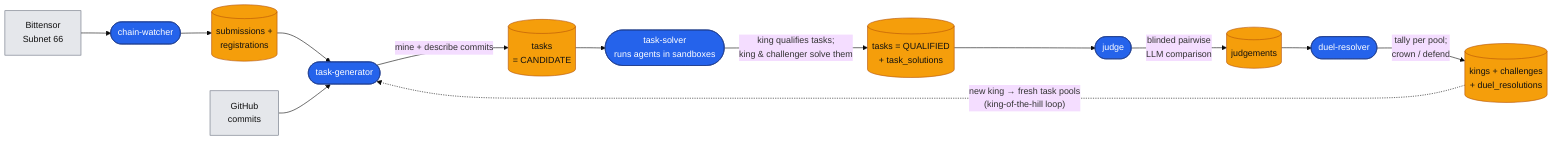
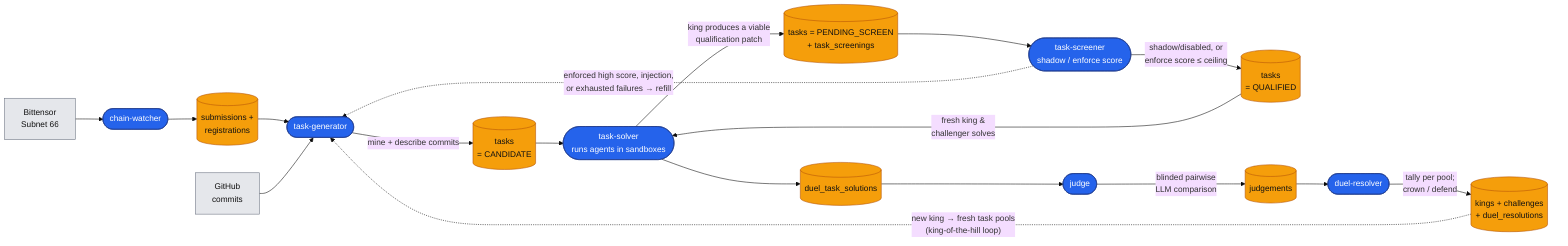
%%{init: {"theme": "base", "themeVariables": {"fontSize": "15px"}}}%%
flowchart LR
    chain["Bittensor<br/>Subnet 66"]
    gh["GitHub<br/>commits"]

    cw(["chain-watcher"])
    tg(["task-generator"])
    ts(["task-solver<br/>runs agents in sandboxes"])
+     sc(["task-screener<br/>shadow / enforce score"])
    jd(["judge"])
    dr(["duel-resolver"])

    subm[("submissions +<br/>registrations")]
    tasks[("tasks<br/>= CANDIDATE")]
-     solved[("tasks = QUALIFIED<br/>+ task_solutions")]
+     screening[("tasks = PENDING_SCREEN<br/>+ task_screenings")]
+     qualified[("tasks<br/>= QUALIFIED")]
+     solutions[("duel_task_solutions")]
    judg[("judgements")]
    reign[("kings + challenges<br/>+ duel_resolutions")]

    chain --> cw --> subm
    subm --> tg
    gh --> tg
    tg -->|"mine + describe commits"| tasks
    tasks --> ts
-     ts -->|"king qualifies tasks;<br/>king &amp; challenger solve them"| solved
-     solved --> jd
+     ts -->|"king produces a viable<br/>qualification patch"| screening
+     screening --> sc
+     sc -->|"shadow/disabled, or<br/>enforce score ≤ ceiling"| qualified
+     sc -.->|"enforced high score, injection,<br/>or exhausted failures → refill"| tg
+     qualified -->|"fresh king &amp;<br/>challenger solves"| ts
+     ts --> solutions
+     solutions --> jd
    jd -->|"blinded pairwise<br/>LLM comparison"| judg
    judg --> dr
    dr -->|"tally per pool;<br/>crown / defend"| reign
    reign -.->|"new king → fresh task pools<br/>(king-of-the-hill loop)"| tg

    classDef worker fill:#2563eb,stroke:#1e3a8a,color:#fff;
    classDef store fill:#f59e0b,stroke:#b45309,color:#111;
    classDef ext fill:#e5e7eb,stroke:#6b7280,color:#111;
-     class cw,tg,ts,jd,dr worker;
-     class subm,tasks,solved,judg,reign store;
+     class cw,tg,ts,sc,jd,dr worker;
+     class subm,tasks,screening,qualified,solutions,judg,reign store;
    class chain,gh ext;
